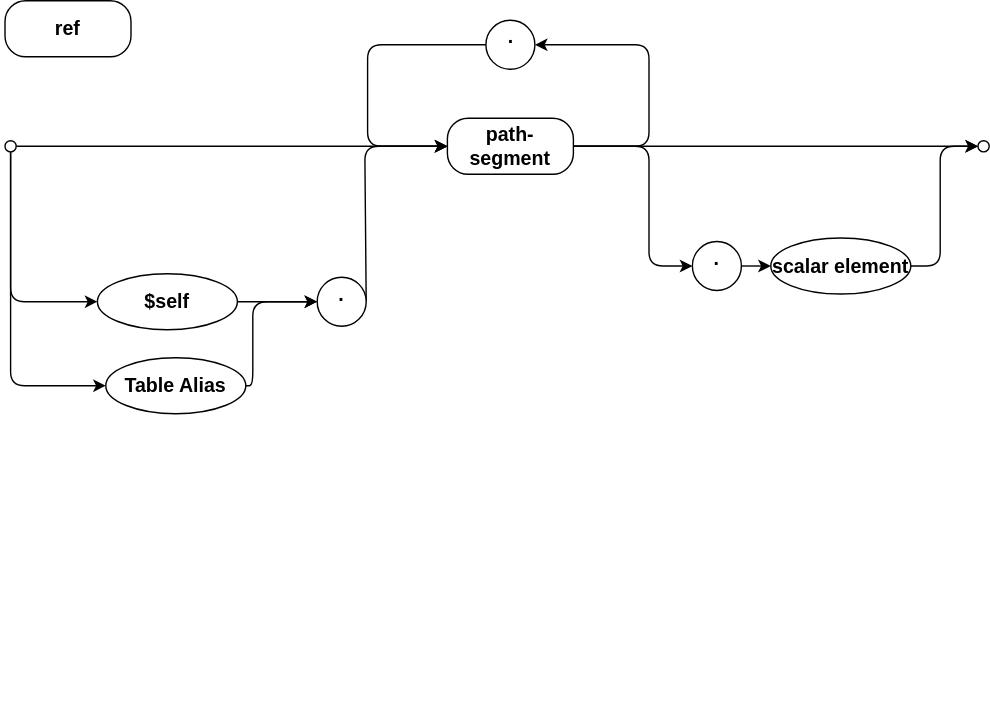
Above: assets/cxl/ref.drawio.svg in capire/docs (draw.io), before the change. Source tidied: cells renumbered, new cells last; positions are measured from the earlier drawing's top-left corner, leaving out a move shared by most shapes.
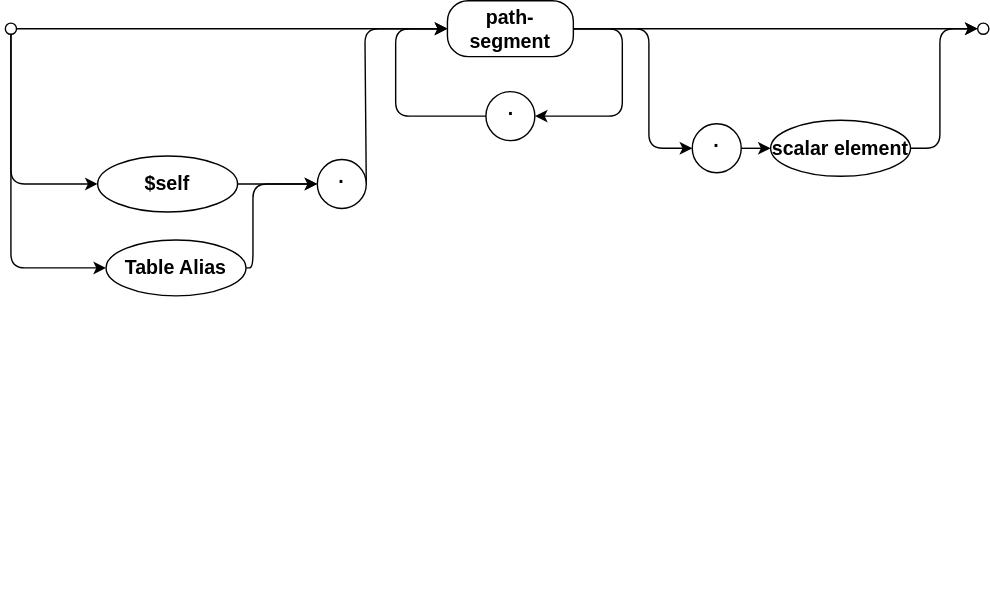
The same diagram one commit later.

The edit, as a diff of the source:
```diff
@@ -3,7 +3,7 @@
     <mxCell id="0" />
     <mxCell id="1" parent="0" />
     <mxCell id="2" value="Best viewed with the &lt;a href=&quot;https://github.com/ariel-bentu/tam-drawio&quot;&gt;TAM plugin&lt;/a&gt;" style="text;html=1;shape=tamPluginMissing;" parent="1" vertex="1">
-      <mxGeometry x="303" y="494" width="200" height="25" as="geometry" />
+      <mxGeometry x="336" y="494" width="200" height="25" as="geometry" />
     </mxCell>
     <mxCell id="3" style="edgeStyle=none;html=1;entryX=0;entryY=0.5;entryDx=0;entryDy=0;strokeWidth=1;fontSize=14;verticalAlign=middle;fontStyle=1;textDirection=ltr;" parent="1" edge="1" source="4" target="23">
       <mxGeometry relative="1" as="geometry" />
@@ -35,7 +35,7 @@
       <mxGeometry x="223" y="197.5" width="35" height="35" as="geometry" />
     </mxCell>
     <mxCell id="10" value="." style="ellipse;whiteSpace=wrap;html=1;fontStyle=1;fontSize=14;verticalAlign=middle;spacingBottom=11;strokeWidth=1;textDirection=ltr;" parent="1" vertex="1">
-      <mxGeometry x="343.5" y="14" width="35" height="35" as="geometry" />
+      <mxGeometry x="343.5" y="149" width="35" height="35" as="geometry" />
     </mxCell>
     <mxCell id="11" style="ellipse;whiteSpace=wrap;html=1;strokeWidth=1;fontSize=14;verticalAlign=middle;fontStyle=1;textDirection=ltr;" parent="1" vertex="1">
       <mxGeometry x="695" y="100" width="8" height="8" as="geometry" />
@@ -63,14 +63,14 @@
     <mxCell id="16" style="edgeStyle=elbowEdgeStyle;html=1;labelBackgroundColor=none;rounded=1;elbow=horizontal;endArrow=classic;endFill=1;align=left;exitX=1;exitY=0.5;exitDx=0;exitDy=0;entryX=1;entryY=0.5;entryDx=0;entryDy=0;strokeWidth=1;fontSize=14;verticalAlign=middle;fontStyle=1;textDirection=ltr;" parent="1" edge="1" source="23" target="10">
       <mxGeometry relative="1" as="geometry">
         <Array as="points">
-          <mxPoint x="460" y="65" />
+          <mxPoint x="441" y="136" />
         </Array>
       </mxGeometry>
     </mxCell>
     <mxCell id="17" style="edgeStyle=elbowEdgeStyle;html=1;labelBackgroundColor=none;rounded=1;elbow=horizontal;endArrow=classic;endFill=1;align=left;exitX=0;exitY=0.5;exitDx=0;exitDy=0;entryX=0;entryY=0.5;entryDx=0;entryDy=0;strokeWidth=1;fontSize=14;verticalAlign=middle;fontStyle=1;textDirection=ltr;" parent="1" edge="1" source="10" target="23">
       <mxGeometry relative="1" as="geometry">
         <Array as="points">
-          <mxPoint x="259" y="68" />
+          <mxPoint x="279" y="134" />
         </Array>
       </mxGeometry>
     </mxCell>
@@ -90,9 +90,6 @@
     <mxCell id="21" value="&lt;span style=&quot;color: rgb(0, 0, 0);&quot;&gt;scalar element&lt;/span&gt;" style="ellipse;whiteSpace=wrap;html=1;align=center;newEdgeStyle={&quot;edgeStyle&quot;:&quot;entityRelationEdgeStyle&quot;,&quot;startArrow&quot;:&quot;none&quot;,&quot;endArrow&quot;:&quot;none&quot;,&quot;segment&quot;:10,&quot;curved&quot;:1,&quot;sourcePerimeterSpacing&quot;:0,&quot;targetPerimeterSpacing&quot;:0};strokeWidth=1;fontSize=14;verticalAlign=middle;fontStyle=1;textDirection=ltr;" parent="1" vertex="1">
       <mxGeometry x="547" y="169.5" width="100" height="40" as="geometry" />
     </mxCell>
-    <mxCell id="22" value="ref" style="rounded=1;whiteSpace=wrap;html=1;strokeWidth=1;arcSize=37;fontSize=14;verticalAlign=middle;fontStyle=1;textDirection=ltr;" parent="1" vertex="1">
-      <mxGeometry width="90" height="40" as="geometry" />
-    </mxCell>
     <mxCell id="23" value="path-segment" style="rounded=1;whiteSpace=wrap;html=1;strokeWidth=1;arcSize=37;fontSize=14;verticalAlign=middle;fontStyle=1;textDirection=ltr;" parent="1" vertex="1">
       <mxGeometry x="316" y="84" width="90" height="40" as="geometry" />
     </mxCell>
```
